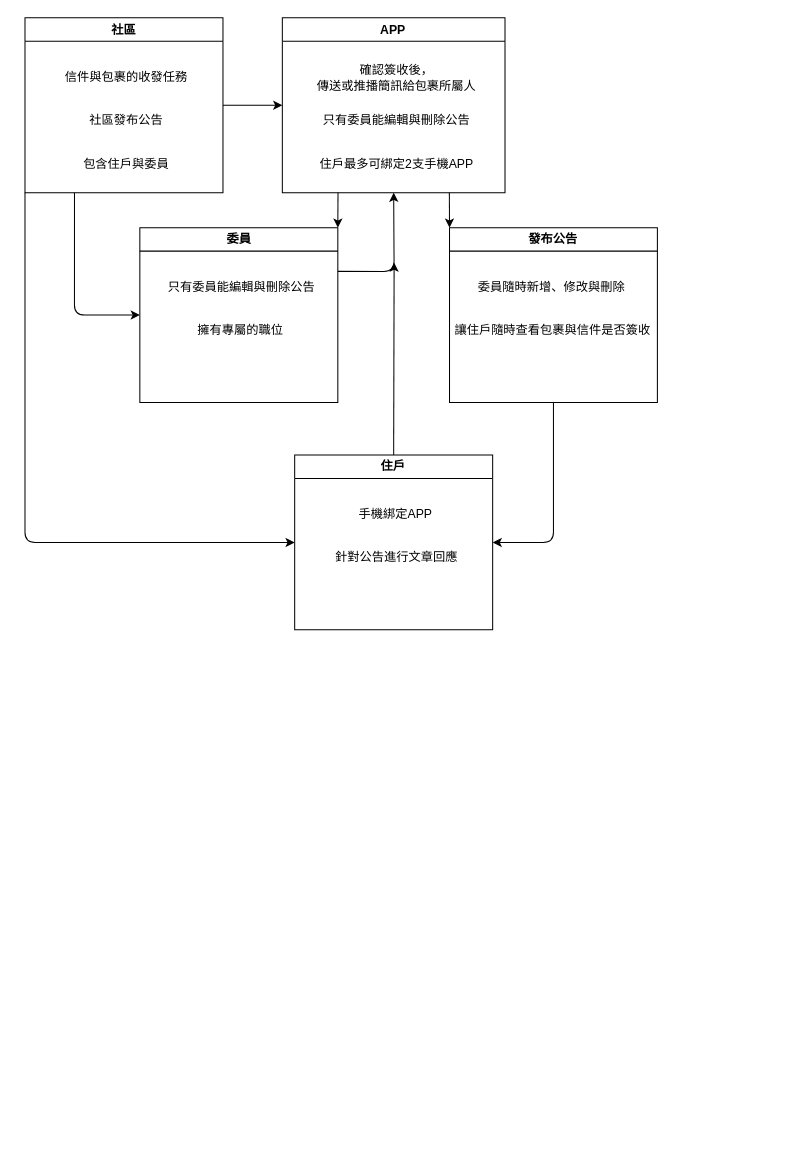
This is answer.drawio from YiDerLi/112-2HW4, a draw.io file, before an edit. Source tidied: cells renumbered, new cells numbered last; positions are measured from the earlier drawing's top-left corner, leaving out a move shared by most shapes. Both pictures are drawn from the tidied source at 102%, with x=0, y=0 at pixel (24, 17).
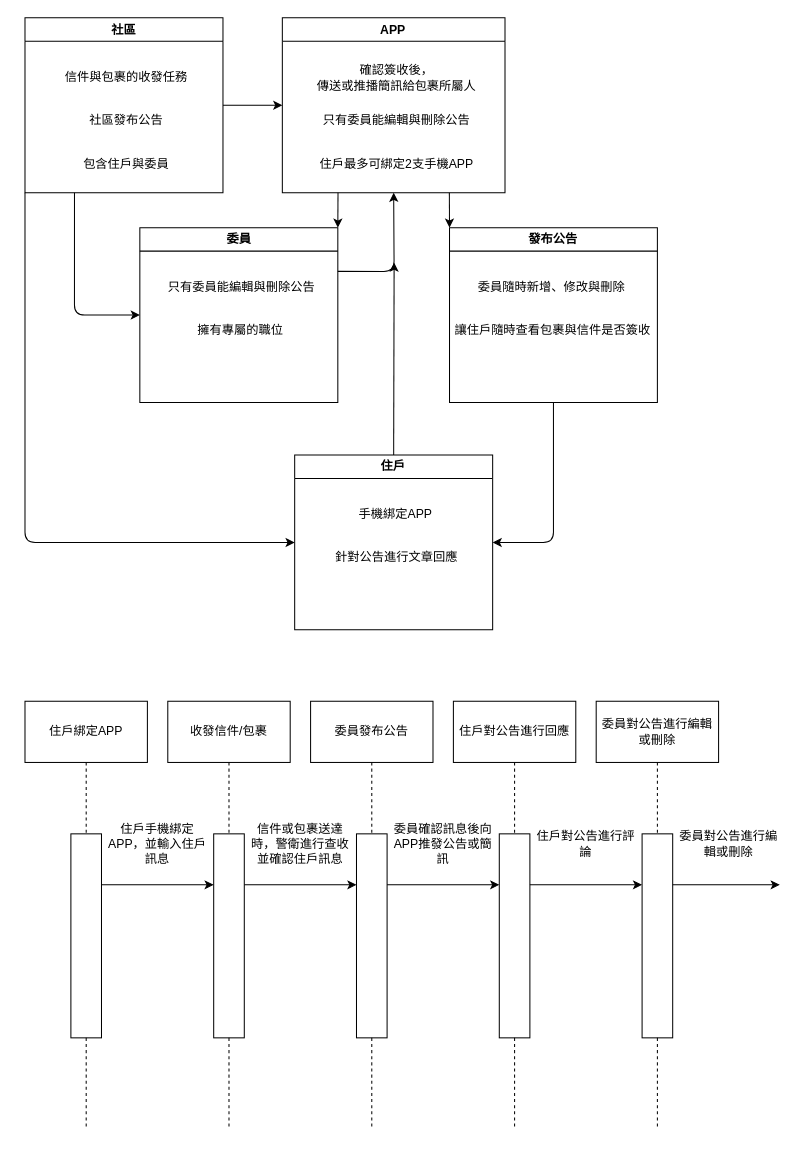
After the change.

Diff of the diagram source:
```diff
@@
+    <mxCell id="28" style="edgeStyle=none;html=1;exitX=0.5;exitY=1;exitDx=0;exitDy=0;entryX=0.5;entryY=0;entryDx=0;entryDy=0;endArrow=none;endFill=0;dashed=1;" parent="1" edge="1" source="29" target="40">
+      <mxGeometry relative="1" as="geometry" />
+    </mxCell>
+    <mxCell id="29" value="住戶綁定APP" style="rounded=0;whiteSpace=wrap;html=1;fillColor=none;" parent="1" vertex="1">
+      <mxGeometry y="670" width="120" height="60" as="geometry" />
+    </mxCell>
+    <mxCell id="30" style="edgeStyle=none;html=1;exitX=0.5;exitY=1;exitDx=0;exitDy=0;entryX=0.5;entryY=0;entryDx=0;entryDy=0;dashed=1;endArrow=none;endFill=0;" parent="1" edge="1" source="31" target="43">
+      <mxGeometry relative="1" as="geometry" />
+    </mxCell>
+    <mxCell id="31" value="收發信件/包裹" style="rounded=0;whiteSpace=wrap;html=1;fillColor=none;" parent="1" vertex="1">
+      <mxGeometry x="140" y="670" width="120" height="60" as="geometry" />
+    </mxCell>
+    <mxCell id="32" style="edgeStyle=none;html=1;exitX=0.5;exitY=1;exitDx=0;exitDy=0;entryX=0.5;entryY=0;entryDx=0;entryDy=0;dashed=1;endArrow=none;endFill=0;" parent="1" edge="1" source="33" target="46">
+      <mxGeometry relative="1" as="geometry" />
+    </mxCell>
+    <mxCell id="33" value="委員發布公告" style="rounded=0;whiteSpace=wrap;html=1;fillColor=none;" parent="1" vertex="1">
+      <mxGeometry x="280" y="670" width="120" height="60" as="geometry" />
+    </mxCell>
+    <mxCell id="34" style="edgeStyle=none;html=1;exitX=0.5;exitY=1;exitDx=0;exitDy=0;entryX=0.5;entryY=0;entryDx=0;entryDy=0;dashed=1;endArrow=none;endFill=0;" parent="1" edge="1" source="35" target="49">
+      <mxGeometry relative="1" as="geometry" />
+    </mxCell>
+    <mxCell id="35" value="住戶對公告進行回應" style="rounded=0;whiteSpace=wrap;html=1;fillColor=none;" parent="1" vertex="1">
+      <mxGeometry x="420" y="670" width="120" height="60" as="geometry" />
+    </mxCell>
+    <mxCell id="36" style="edgeStyle=none;html=1;exitX=0.5;exitY=1;exitDx=0;exitDy=0;entryX=0.5;entryY=0;entryDx=0;entryDy=0;dashed=1;endArrow=none;endFill=0;" parent="1" edge="1" source="37" target="52">
+      <mxGeometry relative="1" as="geometry" />
+    </mxCell>
+    <mxCell id="37" value="委員對公告進行編輯或刪除" style="rounded=0;whiteSpace=wrap;html=1;fillColor=none;" parent="1" vertex="1">
+      <mxGeometry x="560" y="670" width="120" height="60" as="geometry" />
+    </mxCell>
+    <mxCell id="38" style="edgeStyle=none;html=1;exitX=0.5;exitY=1;exitDx=0;exitDy=0;dashed=1;endArrow=none;endFill=0;" parent="1" edge="1" source="40">
+      <mxGeometry relative="1" as="geometry">
+        <mxPoint x="60" y="1090" as="targetPoint" />
+      </mxGeometry>
+    </mxCell>
+    <mxCell id="39" style="edgeStyle=none;html=1;exitX=1;exitY=0.25;exitDx=0;exitDy=0;entryX=0;entryY=0.25;entryDx=0;entryDy=0;endArrow=classic;endFill=1;" parent="1" edge="1" source="40" target="43">
+      <mxGeometry relative="1" as="geometry" />
+    </mxCell>
+    <mxCell id="40" style="rounded=0;whiteSpace=wrap;html=1;fillColor=none;" parent="1" vertex="1">
+      <mxGeometry x="45" y="800" width="30" height="200" as="geometry" />
+    </mxCell>
+    <mxCell id="41" style="edgeStyle=none;html=1;exitX=0.5;exitY=1;exitDx=0;exitDy=0;dashed=1;endArrow=none;endFill=0;" parent="1" edge="1" source="43">
+      <mxGeometry relative="1" as="geometry">
+        <mxPoint x="200" y="1090" as="targetPoint" />
+      </mxGeometry>
+    </mxCell>
+    <mxCell id="42" style="edgeStyle=none;html=1;exitX=1;exitY=0.25;exitDx=0;exitDy=0;entryX=0;entryY=0.25;entryDx=0;entryDy=0;endArrow=classic;endFill=1;" parent="1" edge="1" source="43" target="46">
+      <mxGeometry relative="1" as="geometry" />
+    </mxCell>
+    <mxCell id="43" style="rounded=0;whiteSpace=wrap;html=1;fillColor=none;" parent="1" vertex="1">
+      <mxGeometry x="185" y="800" width="30" height="200" as="geometry" />
+    </mxCell>
+    <mxCell id="44" style="edgeStyle=none;html=1;exitX=0.5;exitY=1;exitDx=0;exitDy=0;dashed=1;endArrow=none;endFill=0;" parent="1" edge="1" source="46">
+      <mxGeometry relative="1" as="geometry">
+        <mxPoint x="340" y="1090" as="targetPoint" />
+      </mxGeometry>
+    </mxCell>
+    <mxCell id="45" style="edgeStyle=none;html=1;exitX=1;exitY=0.25;exitDx=0;exitDy=0;entryX=0;entryY=0.25;entryDx=0;entryDy=0;endArrow=classic;endFill=1;" parent="1" edge="1" source="46" target="49">
+      <mxGeometry relative="1" as="geometry" />
+    </mxCell>
+    <mxCell id="46" style="rounded=0;whiteSpace=wrap;html=1;fillColor=none;" parent="1" vertex="1">
+      <mxGeometry x="325" y="800" width="30" height="200" as="geometry" />
+    </mxCell>
+    <mxCell id="47" style="edgeStyle=none;html=1;exitX=0.5;exitY=1;exitDx=0;exitDy=0;dashed=1;endArrow=none;endFill=0;" parent="1" edge="1" source="49">
+      <mxGeometry relative="1" as="geometry">
+        <mxPoint x="480" y="1090" as="targetPoint" />
+      </mxGeometry>
+    </mxCell>
+    <mxCell id="48" style="edgeStyle=none;html=1;exitX=1;exitY=0.25;exitDx=0;exitDy=0;entryX=0;entryY=0.25;entryDx=0;entryDy=0;endArrow=classic;endFill=1;" parent="1" edge="1" source="49" target="52">
+      <mxGeometry relative="1" as="geometry" />
+    </mxCell>
+    <mxCell id="49" style="rounded=0;whiteSpace=wrap;html=1;fillColor=none;" parent="1" vertex="1">
+      <mxGeometry x="465" y="800" width="30" height="200" as="geometry" />
+    </mxCell>
+    <mxCell id="50" style="edgeStyle=none;html=1;exitX=0.5;exitY=1;exitDx=0;exitDy=0;dashed=1;endArrow=none;endFill=0;" parent="1" edge="1" source="52">
+      <mxGeometry relative="1" as="geometry">
+        <mxPoint x="620" y="1090" as="targetPoint" />
+      </mxGeometry>
+    </mxCell>
+    <mxCell id="51" style="edgeStyle=none;html=1;exitX=1;exitY=0.25;exitDx=0;exitDy=0;endArrow=classic;endFill=1;" parent="1" edge="1" source="52">
+      <mxGeometry relative="1" as="geometry">
+        <mxPoint x="740" y="850" as="targetPoint" />
+      </mxGeometry>
+    </mxCell>
+    <mxCell id="52" style="rounded=0;whiteSpace=wrap;html=1;fillColor=none;" parent="1" vertex="1">
+      <mxGeometry x="605" y="800" width="30" height="200" as="geometry" />
+    </mxCell>
+    <mxCell id="53" value="住戶手機綁定APP，並輸入住戶訊息" style="text;html=1;strokeColor=none;fillColor=none;align=center;verticalAlign=middle;whiteSpace=wrap;rounded=0;" parent="1" vertex="1">
+      <mxGeometry x="80" y="780" width="100" height="60" as="geometry" />
+    </mxCell>
+    <mxCell id="54" value="信件或包裹送達時，警衛進行查收並確認住戶訊息" style="text;html=1;strokeColor=none;fillColor=none;align=center;verticalAlign=middle;whiteSpace=wrap;rounded=0;" parent="1" vertex="1">
+      <mxGeometry x="220" y="780" width="100" height="60" as="geometry" />
+    </mxCell>
+    <mxCell id="55" value="委員確認訊息後向APP推發公告或簡訊" style="text;html=1;strokeColor=none;fillColor=none;align=center;verticalAlign=middle;whiteSpace=wrap;rounded=0;" parent="1" vertex="1">
+      <mxGeometry x="360" y="780" width="100" height="60" as="geometry" />
+    </mxCell>
+    <mxCell id="56" value="住戶對公告進行評論" style="text;html=1;strokeColor=none;fillColor=none;align=center;verticalAlign=middle;whiteSpace=wrap;rounded=0;" parent="1" vertex="1">
+      <mxGeometry x="500" y="780" width="100" height="60" as="geometry" />
+    </mxCell>
+    <mxCell id="57" value="委員對公告進行編輯或刪除" style="text;html=1;strokeColor=none;fillColor=none;align=center;verticalAlign=middle;whiteSpace=wrap;rounded=0;" parent="1" vertex="1">
+      <mxGeometry x="640" y="780" width="100" height="60" as="geometry" />
+    </mxCell>
```
